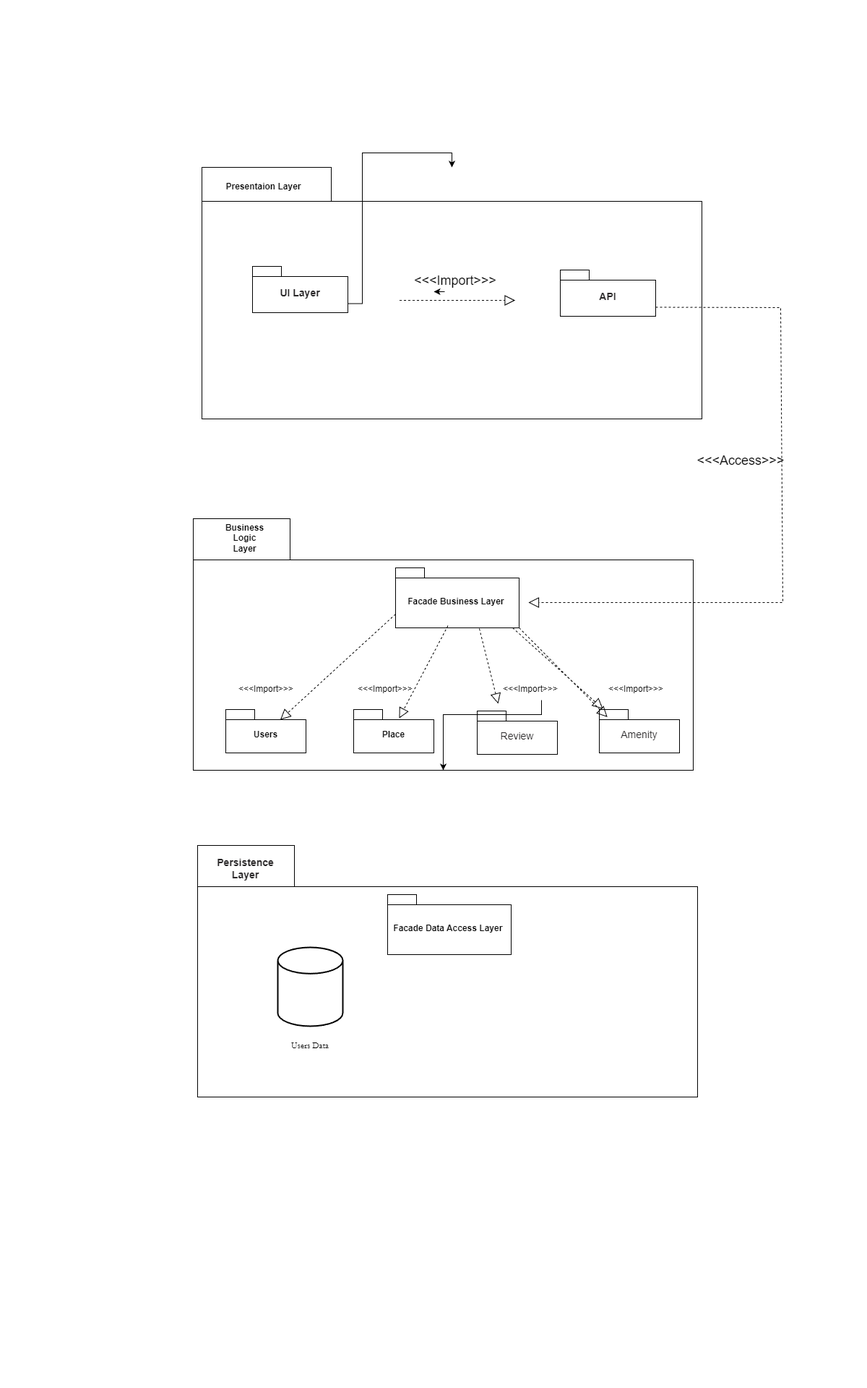
Before: part1/Package Digram.drawio.png, a diagram exported from draw.io (KMSAAO/holbertonschool-hbnb). Source tidied: cells renumbered, new cells last; positions are measured from the earlier drawing's top-left corner, leaving out a move shared by most shapes. Its diagram source:
```xml
<mxGraphModel background="light-dark(#FFFFFF,#FFFFFF)">
  <root>
    <mxCell id="0" />
    <mxCell id="1" parent="0" />
    <mxCell id="2" style="shape=folder;fontStyle=1;spacingTop=10;tabWidth=179;tabHeight=47;tabPosition=left;html=1;whiteSpace=wrap;fontColor=light-dark(#000000,#000000);gradientColor=default;strokeColor=light-dark(#000000,#000000);fillColor=none;" parent="1" vertex="1">
      <mxGeometry x="12" width="692" height="348" as="geometry" />
    </mxCell>
    <mxCell id="3" value="&lt;span style=&quot;text-wrap-mode: wrap;&quot;&gt;Presentaion&amp;nbsp;&lt;/span&gt;&lt;span style=&quot;text-wrap-mode: wrap; background-color: transparent;&quot;&gt;Layer&lt;/span&gt;" style="text;align=center;fontStyle=1;verticalAlign=middle;spacingLeft=3;spacingRight=3;html=1;fontColor=light-dark(#000000,#000000);" parent="1" vertex="1">
      <mxGeometry x="30" y="10" width="133" height="34" as="geometry" />
    </mxCell>
    <mxCell id="4" value="&lt;strong style=&quot;box-sizing: border-box; font-weight: bold; font-family: aktiv-grotesk, sans-serif; font-size: 14px; text-align: start;&quot;&gt;&lt;font style=&quot;color: light-dark(rgb(41, 39, 40), rgb(0, 0, 0));&quot;&gt;API&lt;/font&gt;&lt;/strong&gt;" style="shape=folder;fontStyle=1;spacingTop=10;tabWidth=40;tabHeight=14;tabPosition=left;html=1;whiteSpace=wrap;fillColor=none;fontColor=light-dark(#000000,#050505);strokeColor=light-dark(#000000,#000000);" parent="1" vertex="1">
      <mxGeometry x="508" y="142" width="132" height="64" as="geometry" />
    </mxCell>
    <mxCell id="5" style="shape=folder;fontStyle=1;spacingTop=10;tabWidth=134;tabHeight=57;tabPosition=left;html=1;whiteSpace=wrap;fontColor=light-dark(#000000,#000000);gradientColor=default;strokeColor=light-dark(#000000,#000000);fillColor=none;" parent="1" vertex="1">
      <mxGeometry y="486" width="692" height="348" as="geometry" />
    </mxCell>
    <mxCell id="6" value="&lt;span style=&quot;text-wrap-mode: wrap;&quot;&gt;Business Logic Layer&lt;/span&gt;" style="text;align=center;fontStyle=1;verticalAlign=middle;spacingLeft=3;spacingRight=3;html=1;fontColor=light-dark(#000000,#000000);" parent="1" vertex="1">
      <mxGeometry x="37" y="499" width="67" height="27" as="geometry" />
    </mxCell>
    <mxCell id="7" style="edgeStyle=orthogonalEdgeStyle;rounded=0;jettySize=auto;html=1;exitX=0;exitY=0;exitDx=132;exitDy=51.5;exitPerimeter=0;" parent="1" edge="1" source="8" target="2">
      <mxGeometry relative="1" as="geometry" />
    </mxCell>
    <mxCell id="8" value="&lt;strong style=&quot;box-sizing: border-box; font-weight: bold; font-family: aktiv-grotesk, sans-serif; font-size: 14px; text-align: start;&quot;&gt;&lt;font style=&quot;color: light-dark(rgb(41, 39, 40), rgb(0, 0, 0));&quot;&gt;UI Layer&lt;/font&gt;&lt;/strong&gt;" style="shape=folder;fontStyle=1;spacingTop=10;tabWidth=40;tabHeight=14;tabPosition=left;html=1;whiteSpace=wrap;fillColor=none;fontColor=light-dark(#000000,#050505);strokeColor=light-dark(#000000,#000000);shadow=0;" parent="1" vertex="1">
      <mxGeometry x="82" y="137" width="132" height="64" as="geometry" />
    </mxCell>
    <mxCell id="9" value="&lt;font style=&quot;color: light-dark(rgb(0, 0, 0), rgb(0, 0, 0));&quot;&gt;Users&lt;/font&gt;" style="shape=folder;fontStyle=1;spacingTop=10;tabWidth=40;tabHeight=14;tabPosition=left;html=1;whiteSpace=wrap;strokeColor=light-dark(#000000,#000000);fillColor=none;" parent="1" vertex="1">
      <mxGeometry x="45" y="750" width="111" height="60" as="geometry" />
    </mxCell>
    <mxCell id="10" value="&lt;font style=&quot;color: light-dark(rgb(0, 0, 0), rgb(0, 0, 0));&quot;&gt;Facade Business Layer&amp;nbsp;&lt;/font&gt;" style="shape=folder;fontStyle=1;spacingTop=10;tabWidth=40;tabHeight=14;tabPosition=left;html=1;whiteSpace=wrap;strokeColor=light-dark(#000000,#000000);fillColor=none;" parent="1" vertex="1">
      <mxGeometry x="280" y="554" width="171" height="83" as="geometry" />
    </mxCell>
    <mxCell id="11" value="&lt;font style=&quot;color: light-dark(rgb(0, 0, 0), rgb(0, 0, 0));&quot;&gt;Place&lt;/font&gt;" style="shape=folder;fontStyle=1;spacingTop=10;tabWidth=40;tabHeight=14;tabPosition=left;html=1;whiteSpace=wrap;strokeColor=light-dark(#000000,#000000);fillColor=none;" parent="1" vertex="1">
      <mxGeometry x="222" y="750" width="111" height="60" as="geometry" />
    </mxCell>
    <mxCell id="12" value="&lt;span style=&quot;font-size: 14px; font-weight: 400; text-align: start;&quot;&gt;&lt;font style=&quot;color: light-dark(rgb(41, 39, 40), rgb(0, 0, 0));&quot; face=&quot;Helvetica&quot;&gt;Review&lt;/font&gt;&lt;/span&gt;" style="shape=folder;fontStyle=1;spacingTop=10;tabWidth=40;tabHeight=14;tabPosition=left;html=1;whiteSpace=wrap;strokeColor=light-dark(#000000,#000000);fillColor=none;" parent="1" vertex="1">
      <mxGeometry x="393" y="752" width="111" height="60" as="geometry" />
    </mxCell>
    <mxCell id="13" value="&lt;span style=&quot;font-family: aktiv-grotesk, sans-serif; font-size: 14px; font-weight: 400; text-align: start;&quot;&gt;&lt;font style=&quot;color: light-dark(rgb(41, 39, 40), rgb(0, 0, 0));&quot;&gt;Amenity&lt;/font&gt;&lt;/span&gt;" style="shape=folder;fontStyle=1;spacingTop=10;tabWidth=40;tabHeight=14;tabPosition=left;html=1;whiteSpace=wrap;strokeColor=light-dark(#000000,#000000);fillColor=none;" parent="1" vertex="1">
      <mxGeometry x="562" y="750" width="111" height="60" as="geometry" />
    </mxCell>
    <mxCell id="14" style="shape=folder;fontStyle=1;spacingTop=10;tabWidth=134;tabHeight=57;tabPosition=left;html=1;whiteSpace=wrap;fontColor=light-dark(#000000,#000000);gradientColor=default;strokeColor=light-dark(#000000,#000000);fillColor=none;" parent="1" vertex="1">
      <mxGeometry x="6" y="938" width="692" height="348" as="geometry" />
    </mxCell>
    <mxCell id="15" value="&lt;strong style=&quot;box-sizing: border-box; font-weight: bold; font-family: aktiv-grotesk, sans-serif; font-size: 14px; text-align: start; text-wrap-mode: wrap;&quot;&gt;&lt;font style=&quot;color: light-dark(rgb(41, 39, 40), rgb(0, 0, 0));&quot;&gt;Persistence Layer&lt;/font&gt;&lt;/strong&gt;" style="text;align=center;fontStyle=1;verticalAlign=middle;spacingLeft=3;spacingRight=3;html=1;fontColor=light-dark(#000000,#000000);" parent="1" vertex="1">
      <mxGeometry x="38" y="957" width="67" height="27" as="geometry" />
    </mxCell>
    <mxCell id="16" value="&lt;span&gt;&lt;font style=&quot;color: light-dark(rgb(0, 0, 0), rgb(0, 0, 0));&quot;&gt;Facade Data Access Layer&amp;nbsp;&lt;/font&gt;&lt;/span&gt;" style="shape=folder;fontStyle=1;spacingTop=10;tabWidth=40;tabHeight=14;tabPosition=left;html=1;whiteSpace=wrap;strokeColor=light-dark(#000000,#000000);fillColor=none;" parent="1" vertex="1">
      <mxGeometry x="269" y="1006" width="171" height="83" as="geometry" />
    </mxCell>
    <mxCell id="17" style="strokeWidth=2;html=1;shape=mxgraph.flowchart.database;whiteSpace=wrap;fontColor=light-dark(#FFFFFF,#FFFFFF);labelPosition=left;verticalLabelPosition=middle;align=right;verticalAlign=middle;textDirection=ltr;fillColor=light-dark(#FFFFFF,#FFFFFF);strokeColor=light-dark(#000000,#000000);" parent="1" vertex="1">
      <mxGeometry x="117" y="1079" width="90" height="109" as="geometry" />
    </mxCell>
    <mxCell id="18" value="&lt;font style=&quot;&quot; face=&quot;Garamond&quot;&gt;Users Data&lt;/font&gt;" style="whiteSpace=wrap;html=1;fillColor=none;fontColor=light-dark(#000000,#000000);strokeColor=none;" parent="1" vertex="1">
      <mxGeometry x="110" y="1191" width="104" height="48" as="geometry" />
    </mxCell>
    <mxCell id="19" style="endArrow=block;dashed=1;endFill=0;endSize=12;html=1;rounded=0;strokeColor=light-dark(#000000,#010101);fontSize=16;" parent="1" edge="1">
      <mxGeometry relative="1" as="geometry">
        <mxPoint x="285.5" y="184" as="sourcePoint" />
        <mxPoint x="445.5" y="184" as="targetPoint" />
      </mxGeometry>
    </mxCell>
    <mxCell id="20" value="&amp;lt;&amp;lt;&amp;lt;Import&amp;gt;&amp;gt;&amp;gt;" style="text;html=1;whiteSpace=wrap;strokeColor=none;fillColor=none;align=center;verticalAlign=middle;rounded=0;fontColor=light-dark(#000000,#000000);fontSize=18;" parent="1" vertex="1">
      <mxGeometry x="333" y="142" width="60" height="30" as="geometry" />
    </mxCell>
    <mxCell id="21" style="edgeStyle=orthogonalEdgeStyle;rounded=0;orthogonalLoop=1;jettySize=auto;html=1;exitX=0.25;exitY=1;exitDx=0;exitDy=0;entryX=0;entryY=1;entryDx=0;entryDy=0;" parent="1" edge="1" source="20" target="20">
      <mxGeometry relative="1" as="geometry" />
    </mxCell>
    <mxCell id="22" style="endArrow=block;dashed=1;endFill=0;endSize=12;html=1;rounded=0;strokeColor=light-dark(#000000,#000000);exitX=0;exitY=0;exitDx=132;exitDy=51.5;exitPerimeter=0;" parent="1" edge="1" source="4">
      <mxGeometry relative="1" as="geometry">
        <mxPoint x="464" y="602" as="targetPoint" />
        <Array as="points">
          <mxPoint x="813" y="194" />
          <mxPoint x="816" y="602" />
        </Array>
      </mxGeometry>
    </mxCell>
    <mxCell id="23" value="&amp;lt;&amp;lt;&amp;lt;Access&amp;gt;&amp;gt;&amp;gt;" style="text;html=1;whiteSpace=wrap;strokeColor=none;fillColor=none;align=center;verticalAlign=middle;rounded=0;fontColor=light-dark(#000000,#000000);fontSize=18;" parent="1" vertex="1">
      <mxGeometry x="728" y="391" width="60" height="30" as="geometry" />
    </mxCell>
    <mxCell id="24" style="endArrow=block;dashed=1;endFill=0;endSize=12;html=1;rounded=0;exitX=0;exitY=0;exitDx=171;exitDy=83;exitPerimeter=0;entryX=0.1;entryY=0.174;entryDx=0;entryDy=0;entryPerimeter=0;" parent="1" edge="1" source="10" target="13">
      <mxGeometry relative="1" as="geometry" />
    </mxCell>
    <mxCell id="25" style="endArrow=block;dashed=1;endFill=0;endSize=12;html=1;rounded=0;fontColor=light-dark(#000000,#000000);strokeColor=light-dark(#000000,#000000);" parent="1" edge="1">
      <mxGeometry relative="1" as="geometry">
        <mxPoint x="442" y="637" as="sourcePoint" />
        <mxPoint x="567" y="749" as="targetPoint" />
      </mxGeometry>
    </mxCell>
    <mxCell id="26" value="&amp;lt;&amp;lt;&amp;lt;Import&amp;gt;&amp;gt;&amp;gt;" style="text;html=1;whiteSpace=wrap;strokeColor=none;fillColor=none;align=center;verticalAlign=middle;rounded=0;fontColor=light-dark(#000000,#000000);fontSize=12;" parent="1" vertex="1">
      <mxGeometry x="583" y="707" width="60" height="30" as="geometry" />
    </mxCell>
    <mxCell id="27" style="edgeStyle=orthogonalEdgeStyle;rounded=0;jettySize=auto;html=1;exitX=0.75;exitY=1;exitDx=0;exitDy=0;" parent="1" edge="1" source="28" target="5">
      <mxGeometry relative="1" as="geometry" />
    </mxCell>
    <mxCell id="28" value="&amp;lt;&amp;lt;&amp;lt;Import&amp;gt;&amp;gt;&amp;gt;" style="text;html=1;whiteSpace=wrap;strokeColor=none;fillColor=none;align=center;verticalAlign=middle;rounded=0;fontColor=light-dark(#000000,#000000);fontSize=12;" parent="1" vertex="1">
      <mxGeometry x="437" y="707" width="60" height="30" as="geometry" />
    </mxCell>
    <mxCell id="29" style="endArrow=block;dashed=1;endFill=0;endSize=12;html=1;rounded=0;fontColor=light-dark(#000000,#000000);strokeColor=light-dark(#000000,#000000);" parent="1" edge="1">
      <mxGeometry relative="1" as="geometry">
        <mxPoint x="396" y="638" as="sourcePoint" />
        <mxPoint x="422" y="742" as="targetPoint" />
      </mxGeometry>
    </mxCell>
    <mxCell id="30" value="&amp;lt;&amp;lt;&amp;lt;Import&amp;gt;&amp;gt;&amp;gt;" style="text;html=1;whiteSpace=wrap;strokeColor=none;fillColor=none;align=center;verticalAlign=middle;rounded=0;fontColor=light-dark(#000000,#000000);fontSize=12;" parent="1" vertex="1">
      <mxGeometry x="70.5" y="707" width="60" height="30" as="geometry" />
    </mxCell>
    <mxCell id="31" value="&amp;lt;&amp;lt;&amp;lt;Import&amp;gt;&amp;gt;&amp;gt;" style="text;html=1;whiteSpace=wrap;strokeColor=none;fillColor=none;align=center;verticalAlign=middle;rounded=0;fontColor=light-dark(#000000,#000000);fontSize=12;" parent="1" vertex="1">
      <mxGeometry x="236" y="707" width="60" height="30" as="geometry" />
    </mxCell>
    <mxCell id="32" style="endArrow=block;dashed=1;endFill=0;endSize=12;html=1;rounded=0;fontColor=light-dark(#000000,#000000);strokeColor=light-dark(#000000,#000000);entryX=0.567;entryY=0.203;entryDx=0;entryDy=0;entryPerimeter=0;" parent="1" edge="1" target="11">
      <mxGeometry relative="1" as="geometry">
        <mxPoint x="352.5" y="634" as="sourcePoint" />
      </mxGeometry>
    </mxCell>
    <mxCell id="33" style="endArrow=block;dashed=1;endFill=0;endSize=12;html=1;rounded=0;fontColor=light-dark(#000000,#000000);strokeColor=light-dark(#000000,#000000);entryX=0;entryY=0;entryDx=75.5;entryDy=14;entryPerimeter=0;" parent="1" edge="1" target="9">
      <mxGeometry relative="1" as="geometry">
        <mxPoint x="280" y="618" as="sourcePoint" />
      </mxGeometry>
    </mxCell>
  </root>
</mxGraphModel>
```
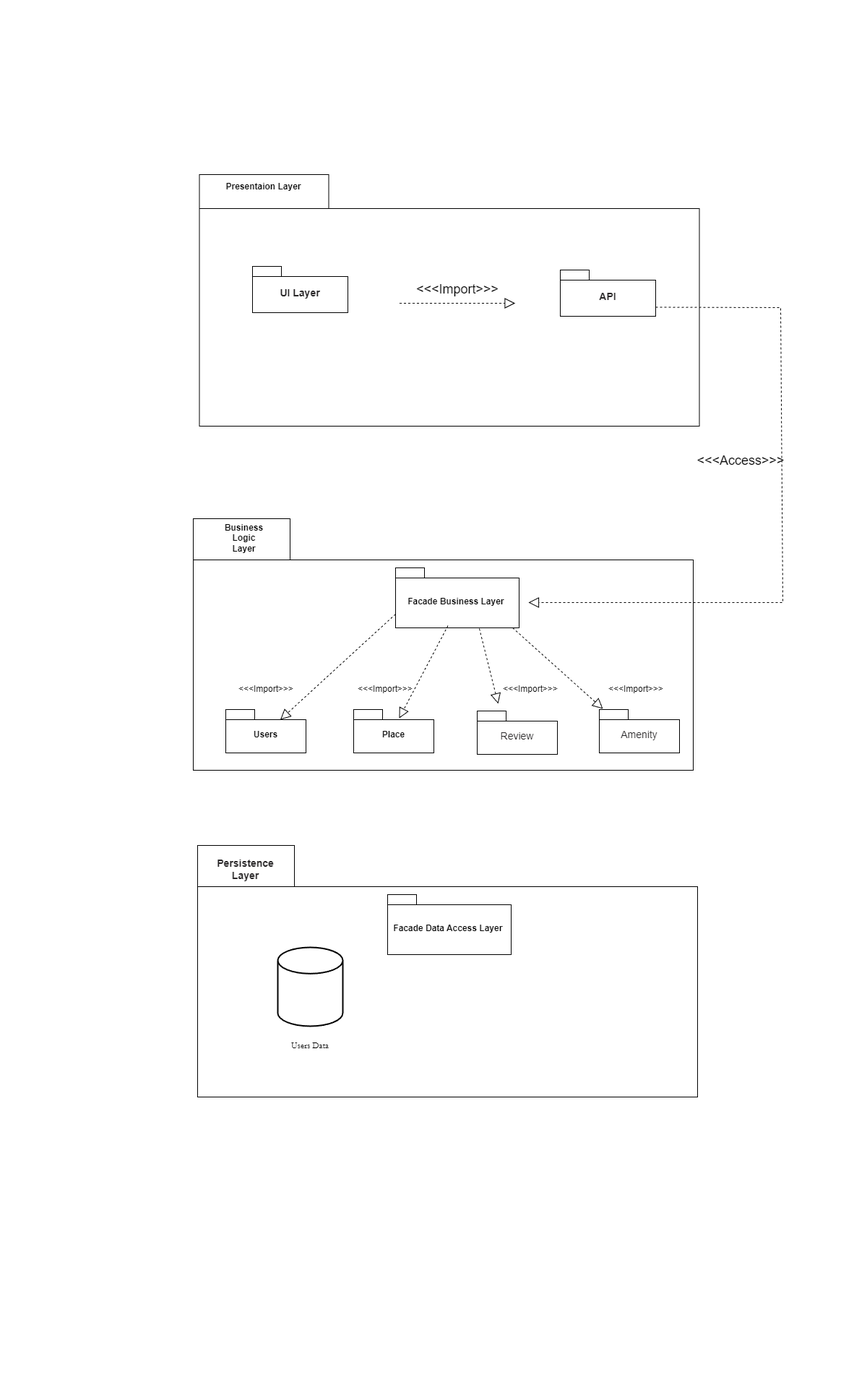
The same diagram one commit later.

Diff of the diagram source:
```diff
@@ -3,7 +3,7 @@
     <mxCell id="0" />
     <mxCell id="1" parent="0" />
     <mxCell id="2" style="shape=folder;fontStyle=1;spacingTop=10;tabWidth=179;tabHeight=47;tabPosition=left;html=1;whiteSpace=wrap;fontColor=light-dark(#000000,#000000);gradientColor=default;strokeColor=light-dark(#000000,#000000);fillColor=none;" parent="1" vertex="1">
-      <mxGeometry x="12" width="692" height="348" as="geometry" />
+      <mxGeometry x="8.5" y="10" width="692" height="348" as="geometry" />
     </mxCell>
     <mxCell id="3" value="&lt;span style=&quot;text-wrap-mode: wrap;&quot;&gt;Presentaion&amp;nbsp;&lt;/span&gt;&lt;span style=&quot;text-wrap-mode: wrap; background-color: transparent;&quot;&gt;Layer&lt;/span&gt;" style="text;align=center;fontStyle=1;verticalAlign=middle;spacingLeft=3;spacingRight=3;html=1;fontColor=light-dark(#000000,#000000);" parent="1" vertex="1">
       <mxGeometry x="30" y="10" width="133" height="34" as="geometry" />
@@ -17,9 +17,6 @@
     <mxCell id="6" value="&lt;span style=&quot;text-wrap-mode: wrap;&quot;&gt;Business Logic Layer&lt;/span&gt;" style="text;align=center;fontStyle=1;verticalAlign=middle;spacingLeft=3;spacingRight=3;html=1;fontColor=light-dark(#000000,#000000);" parent="1" vertex="1">
       <mxGeometry x="37" y="499" width="67" height="27" as="geometry" />
     </mxCell>
-    <mxCell id="7" style="edgeStyle=orthogonalEdgeStyle;rounded=0;jettySize=auto;html=1;exitX=0;exitY=0;exitDx=132;exitDy=51.5;exitPerimeter=0;" parent="1" edge="1" source="8" target="2">
-      <mxGeometry relative="1" as="geometry" />
-    </mxCell>
     <mxCell id="8" value="&lt;strong style=&quot;box-sizing: border-box; font-weight: bold; font-family: aktiv-grotesk, sans-serif; font-size: 14px; text-align: start;&quot;&gt;&lt;font style=&quot;color: light-dark(rgb(41, 39, 40), rgb(0, 0, 0));&quot;&gt;UI Layer&lt;/font&gt;&lt;/strong&gt;" style="shape=folder;fontStyle=1;spacingTop=10;tabWidth=40;tabHeight=14;tabPosition=left;html=1;whiteSpace=wrap;fillColor=none;fontColor=light-dark(#000000,#050505);strokeColor=light-dark(#000000,#000000);shadow=0;" parent="1" vertex="1">
       <mxGeometry x="82" y="137" width="132" height="64" as="geometry" />
     </mxCell>
@@ -55,16 +52,13 @@
     </mxCell>
     <mxCell id="19" style="endArrow=block;dashed=1;endFill=0;endSize=12;html=1;rounded=0;strokeColor=light-dark(#000000,#010101);fontSize=16;" parent="1" edge="1">
       <mxGeometry relative="1" as="geometry">
-        <mxPoint x="285.5" y="184" as="sourcePoint" />
-        <mxPoint x="445.5" y="184" as="targetPoint" />
+        <mxPoint x="285.5" y="188" as="sourcePoint" />
+        <mxPoint x="445.5" y="188" as="targetPoint" />
       </mxGeometry>
     </mxCell>
     <mxCell id="20" value="&amp;lt;&amp;lt;&amp;lt;Import&amp;gt;&amp;gt;&amp;gt;" style="text;html=1;whiteSpace=wrap;strokeColor=none;fillColor=none;align=center;verticalAlign=middle;rounded=0;fontColor=light-dark(#000000,#000000);fontSize=18;" parent="1" vertex="1">
-      <mxGeometry x="333" y="142" width="60" height="30" as="geometry" />
+      <mxGeometry x="335.5" y="154" width="60" height="30" as="geometry" />
     </mxCell>
-    <mxCell id="21" style="edgeStyle=orthogonalEdgeStyle;rounded=0;orthogonalLoop=1;jettySize=auto;html=1;exitX=0.25;exitY=1;exitDx=0;exitDy=0;entryX=0;entryY=1;entryDx=0;entryDy=0;" parent="1" edge="1" source="20" target="20">
-      <mxGeometry relative="1" as="geometry" />
-    </mxCell>
     <mxCell id="22" style="endArrow=block;dashed=1;endFill=0;endSize=12;html=1;rounded=0;strokeColor=light-dark(#000000,#000000);exitX=0;exitY=0;exitDx=132;exitDy=51.5;exitPerimeter=0;" parent="1" edge="1" source="4">
       <mxGeometry relative="1" as="geometry">
         <mxPoint x="464" y="602" as="targetPoint" />
@@ -77,9 +71,6 @@
     <mxCell id="23" value="&amp;lt;&amp;lt;&amp;lt;Access&amp;gt;&amp;gt;&amp;gt;" style="text;html=1;whiteSpace=wrap;strokeColor=none;fillColor=none;align=center;verticalAlign=middle;rounded=0;fontColor=light-dark(#000000,#000000);fontSize=18;" parent="1" vertex="1">
       <mxGeometry x="728" y="391" width="60" height="30" as="geometry" />
     </mxCell>
-    <mxCell id="24" style="endArrow=block;dashed=1;endFill=0;endSize=12;html=1;rounded=0;exitX=0;exitY=0;exitDx=171;exitDy=83;exitPerimeter=0;entryX=0.1;entryY=0.174;entryDx=0;entryDy=0;entryPerimeter=0;" parent="1" edge="1" source="10" target="13">
-      <mxGeometry relative="1" as="geometry" />
-    </mxCell>
     <mxCell id="25" style="endArrow=block;dashed=1;endFill=0;endSize=12;html=1;rounded=0;fontColor=light-dark(#000000,#000000);strokeColor=light-dark(#000000,#000000);" parent="1" edge="1">
       <mxGeometry relative="1" as="geometry">
         <mxPoint x="442" y="637" as="sourcePoint" />
@@ -89,9 +80,6 @@
     <mxCell id="26" value="&amp;lt;&amp;lt;&amp;lt;Import&amp;gt;&amp;gt;&amp;gt;" style="text;html=1;whiteSpace=wrap;strokeColor=none;fillColor=none;align=center;verticalAlign=middle;rounded=0;fontColor=light-dark(#000000,#000000);fontSize=12;" parent="1" vertex="1">
       <mxGeometry x="583" y="707" width="60" height="30" as="geometry" />
     </mxCell>
-    <mxCell id="27" style="edgeStyle=orthogonalEdgeStyle;rounded=0;jettySize=auto;html=1;exitX=0.75;exitY=1;exitDx=0;exitDy=0;" parent="1" edge="1" source="28" target="5">
-      <mxGeometry relative="1" as="geometry" />
-    </mxCell>
     <mxCell id="28" value="&amp;lt;&amp;lt;&amp;lt;Import&amp;gt;&amp;gt;&amp;gt;" style="text;html=1;whiteSpace=wrap;strokeColor=none;fillColor=none;align=center;verticalAlign=middle;rounded=0;fontColor=light-dark(#000000,#000000);fontSize=12;" parent="1" vertex="1">
       <mxGeometry x="437" y="707" width="60" height="30" as="geometry" />
     </mxCell>
```
